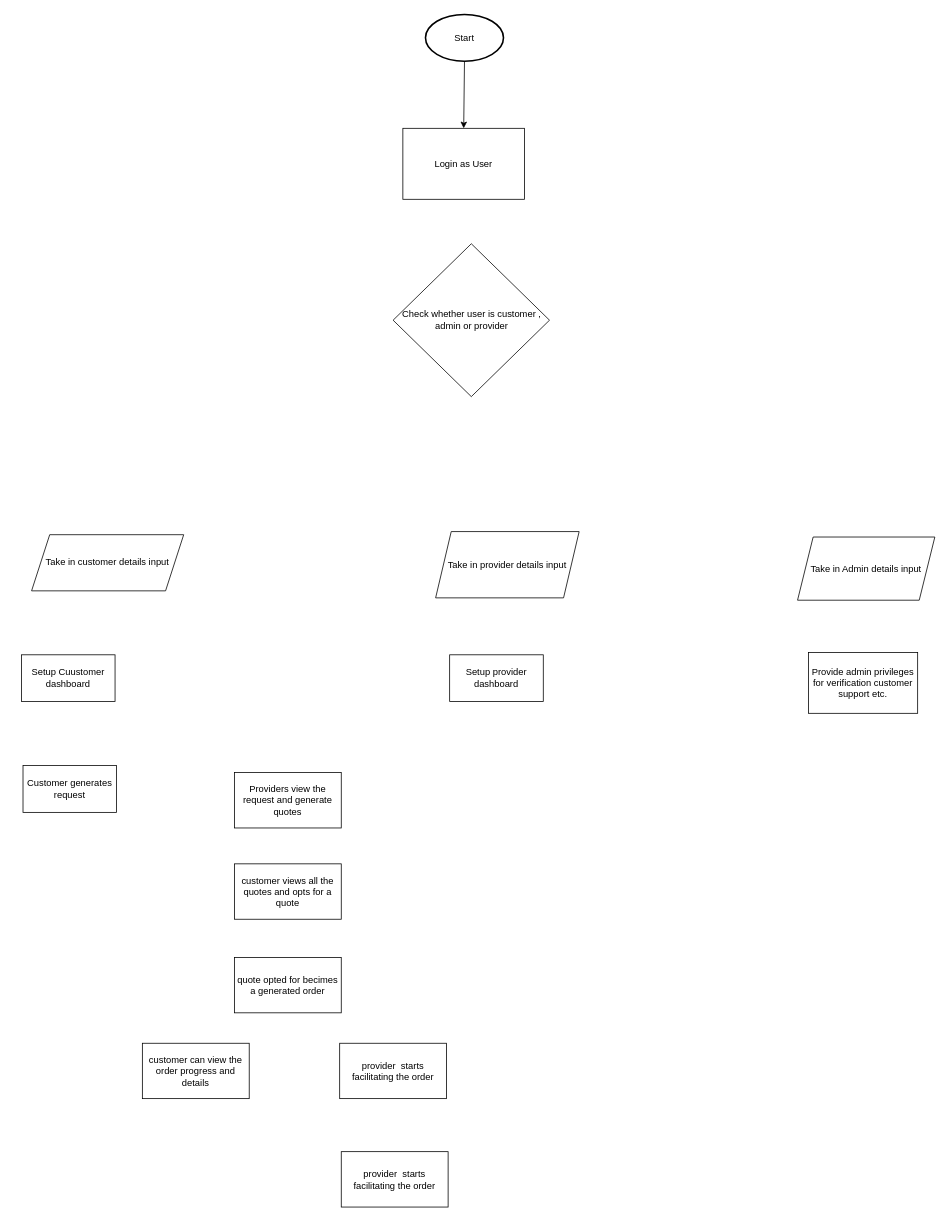
Above: go-vya flowchart.drawio in norsechurros/Diagrams (draw.io), before the change. Source tidied: cells renumbered, new cells numbered last; positions are measured from the earlier drawing's top-left corner, leaving out a move shared by most shapes. Both pictures are drawn from the tidied source at 78%, with x=0, y=0 at pixel (21, 14).
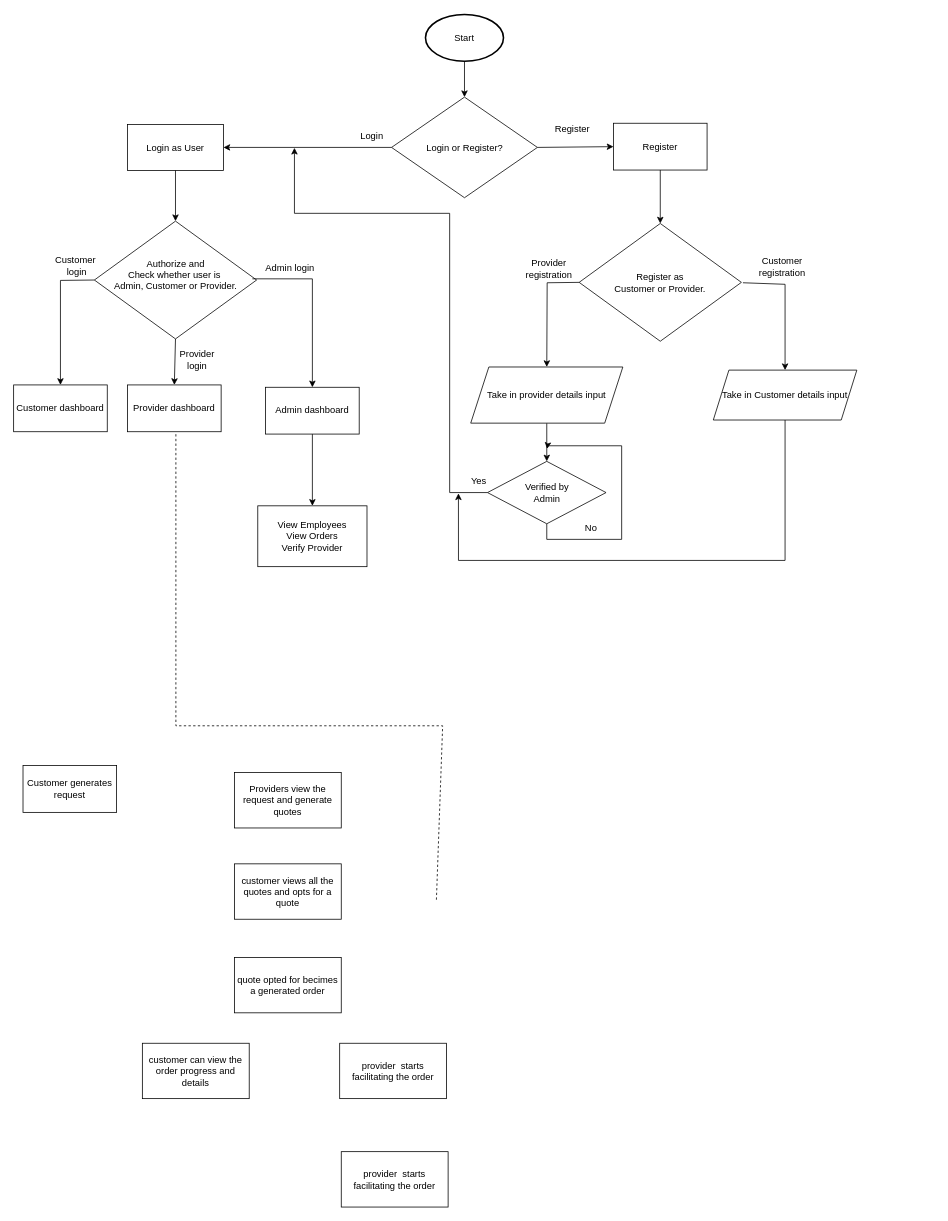
The same diagram, later.

The change refers to these unchanged cells:
```xml
<mxCell id="2" value="Start" style="strokeWidth=2;html=1;shape=mxgraph.flowchart.start_1;whiteSpace=wrap;" parent="1" vertex="1">
  <mxGeometry x="518" width="100" height="60" as="geometry" />
</mxCell>
```

Change to the diagram source:
```diff
@@
     <mxCell id="3" value="Login as User" style="rounded=0;whiteSpace=wrap;html=1;" parent="1" vertex="1">
-      <mxGeometry x="489" y="146" width="156" height="91" as="geometry" />
+      <mxGeometry x="136" y="141" width="123" height="59" as="geometry" />
     </mxCell>
-    <mxCell id="4" value="Check whether user is customer , admin or provider" style="rhombus;whiteSpace=wrap;html=1;" parent="1" vertex="1">
-      <mxGeometry x="476.5" y="294" width="200.5" height="196" as="geometry" />
+    <mxCell id="4" value="Authorize and &lt;br&gt;&lt;div&gt;Check whether user is&amp;nbsp;&lt;/div&gt;&lt;div&gt;Admin, Customer or Provider.&lt;/div&gt;&lt;div&gt;&lt;br&gt;&lt;/div&gt;" style="rhombus;whiteSpace=wrap;html=1;" parent="1" vertex="1">
+      <mxGeometry x="93.5" y="265" width="208" height="151" as="geometry" />
     </mxCell>
+    <mxCell id="19" style="edgeStyle=orthogonalEdgeStyle;rounded=0;jettySize=auto;html=1;exitX=0.5;exitY=1;exitDx=0;exitDy=0;entryX=0.5;entryY=0;entryDx=0;entryDy=0;" parent="1" edge="1" source="5" target="44">
+      <mxGeometry relative="1" as="geometry" />
+    </mxCell>
-    <mxCell id="5" value="Take in customer details input" style="shape=parallelogram;perimeter=parallelogramPerimeter;whiteSpace=wrap;html=1;fixedSize=1;size=23.235294117647072;" parent="1" vertex="1">
-      <mxGeometry x="13" y="667" width="195" height="72" as="geometry" />
+    <mxCell id="5" value="Take in provider details input" style="shape=parallelogram;perimeter=parallelogramPerimeter;whiteSpace=wrap;html=1;fixedSize=1;size=23.235294117647072;" parent="1" vertex="1">
+      <mxGeometry x="576" y="452" width="195" height="72" as="geometry" />
     </mxCell>
+    <mxCell id="20" style="edgeStyle=orthogonalEdgeStyle;rounded=0;jettySize=auto;html=1;exitX=0.5;exitY=1;exitDx=0;exitDy=0;entryX=0.25;entryY=1;entryDx=0;entryDy=0;" parent="1" edge="1" source="6" target="46">
+      <mxGeometry relative="1" as="geometry">
+        <Array as="points">
+          <mxPoint x="979" y="700" />
+          <mxPoint x="560" y="700" />
+        </Array>
+      </mxGeometry>
+    </mxCell>
-    <mxCell id="6" value="Take in provider details input" style="shape=parallelogram;perimeter=parallelogramPerimeter;whiteSpace=wrap;html=1;fixedSize=1;" parent="1" vertex="1">
-      <mxGeometry x="531" y="663" width="184" height="85" as="geometry" />
+    <mxCell id="6" value="&lt;div&gt;Take in Customer details input&lt;/div&gt;" style="shape=parallelogram;perimeter=parallelogramPerimeter;whiteSpace=wrap;html=1;fixedSize=1;" parent="1" vertex="1">
+      <mxGeometry x="887" y="456" width="184" height="64" as="geometry" />
     </mxCell>
-    <mxCell id="7" value="Take in Admin details input" style="shape=parallelogram;perimeter=parallelogramPerimeter;whiteSpace=wrap;html=1;fixedSize=1;" parent="1" vertex="1">
-      <mxGeometry x="995" y="670" width="176" height="81" as="geometry" />
-    </mxCell>
-    <mxCell id="8" value="Setup Cuustomer dashboard" style="rounded=0;whiteSpace=wrap;html=1;" parent="1" vertex="1">
-      <mxGeometry y="821" width="120" height="60" as="geometry" />
+    <mxCell id="8" value="&lt;div&gt;Customer dashboard&lt;/div&gt;" style="rounded=0;whiteSpace=wrap;html=1;" parent="1" vertex="1">
+      <mxGeometry x="-10" y="475" width="120" height="60" as="geometry" />
     </mxCell>
+    <mxCell id="21" style="edgeStyle=orthogonalEdgeStyle;rounded=0;jettySize=auto;html=1;exitX=0.5;exitY=1;exitDx=0;exitDy=0;entryX=0.5;entryY=0;entryDx=0;entryDy=0;" parent="1" edge="1" source="9" target="10">
+      <mxGeometry relative="1" as="geometry" />
+    </mxCell>
-    <mxCell id="9" value="&lt;div&gt;Setup provider dashboard&lt;/div&gt;" style="rounded=0;whiteSpace=wrap;html=1;" parent="1" vertex="1">
-      <mxGeometry x="549" y="821" width="120" height="60" as="geometry" />
+    <mxCell id="9" value="&lt;div&gt;Admin dashboard&lt;/div&gt;" style="rounded=0;whiteSpace=wrap;html=1;" parent="1" vertex="1">
+      <mxGeometry x="313" y="478" width="120" height="60" as="geometry" />
     </mxCell>
-    <mxCell id="10" value="Provide admin privileges for verification customer support etc." style="rounded=0;whiteSpace=wrap;html=1;" parent="1" vertex="1">
-      <mxGeometry x="1009" y="818" width="140" height="78" as="geometry" />
-    </mxCell>
@@
-    <mxCell id="18" style="endArrow=classic;html=1;rounded=0;exitX=0.5;exitY=1;exitDx=0;exitDy=0;exitPerimeter=0;entryX=0.5;entryY=0;entryDx=0;entryDy=0;" parent="1" edge="1" source="2" target="3">
-      <mxGeometry relative="1" as="geometry" />
-    </mxCell>
+    <mxCell id="22" value="Login or Register?" style="rhombus;whiteSpace=wrap;html=1;" parent="1" vertex="1">
+      <mxGeometry x="474.5" y="106" width="187" height="129" as="geometry" />
+    </mxCell>
+    <mxCell id="23" style="endArrow=classic;html=1;rounded=0;exitX=0.5;exitY=1;exitDx=0;exitDy=0;exitPerimeter=0;entryX=0.5;entryY=0;entryDx=0;entryDy=0;" parent="1" edge="1" source="2" target="22">
+      <mxGeometry relative="1" as="geometry" />
+    </mxCell>
+    <mxCell id="24" style="endArrow=classic;html=1;rounded=0;exitX=0;exitY=0.5;exitDx=0;exitDy=0;entryX=1;entryY=0.5;entryDx=0;entryDy=0;" parent="1" edge="1" source="22" target="3">
+      <mxGeometry relative="1" as="geometry" />
+    </mxCell>
+    <mxCell id="25" value="Register" style="rounded=0;whiteSpace=wrap;html=1;" parent="1" vertex="1">
+      <mxGeometry x="759" y="139.5" width="120" height="60" as="geometry" />
+    </mxCell>
+    <mxCell id="26" style="endArrow=classic;html=1;rounded=0;exitX=0.5;exitY=1;exitDx=0;exitDy=0;entryX=0.5;entryY=0;entryDx=0;entryDy=0;" parent="1" edge="1" source="3" target="4">
+      <mxGeometry relative="1" as="geometry" />
+    </mxCell>
+    <mxCell id="27" value="&lt;div&gt;Register as&lt;br&gt;&lt;/div&gt;&lt;div&gt;Customer or Provider.&lt;/div&gt;" style="rhombus;whiteSpace=wrap;html=1;" parent="1" vertex="1">
+      <mxGeometry x="715" y="268" width="208" height="151" as="geometry" />
+    </mxCell>
+    <mxCell id="28" style="endArrow=classic;html=1;rounded=0;entryX=0.5;entryY=0;entryDx=0;entryDy=0;exitX=0.5;exitY=1;exitDx=0;exitDy=0;" parent="1" edge="1" source="25" target="27">
+      <mxGeometry relative="1" as="geometry" />
+    </mxCell>
+    <mxCell id="29" style="endArrow=classic;html=1;rounded=0;entryX=0;entryY=0.5;entryDx=0;entryDy=0;exitX=1;exitY=0.5;exitDx=0;exitDy=0;" parent="1" edge="1" source="22" target="25">
+      <mxGeometry relative="1" as="geometry" />
+    </mxCell>
+    <mxCell id="30" style="endArrow=classic;html=1;rounded=0;exitX=0;exitY=0.5;exitDx=0;exitDy=0;entryX=0.5;entryY=0;entryDx=0;entryDy=0;" parent="1" edge="1" source="27" target="5">
+      <mxGeometry relative="1" as="geometry">
+        <Array as="points">
+          <mxPoint x="674" y="344" />
+        </Array>
+      </mxGeometry>
+    </mxCell>
+    <mxCell id="31" style="endArrow=classic;html=1;rounded=0;entryX=0.5;entryY=0;entryDx=0;entryDy=0;" parent="1" edge="1" target="6">
+      <mxGeometry relative="1" as="geometry">
+        <mxPoint x="925" y="344" as="sourcePoint" />
+        <Array as="points">
+          <mxPoint x="979" y="346" />
+        </Array>
+      </mxGeometry>
+    </mxCell>
+    <mxCell id="32" value="Provider dashboard" style="rounded=0;whiteSpace=wrap;html=1;" parent="1" vertex="1">
+      <mxGeometry x="136" y="475" width="120" height="60" as="geometry" />
+    </mxCell>
+    <mxCell id="33" style="endArrow=classic;html=1;rounded=0;exitX=0.974;exitY=0.49;exitDx=0;exitDy=0;exitPerimeter=0;entryX=0.5;entryY=0;entryDx=0;entryDy=0;" parent="1" edge="1" source="4" target="9">
+      <mxGeometry relative="1" as="geometry">
+        <Array as="points">
+          <mxPoint x="373" y="339" />
+        </Array>
+      </mxGeometry>
+    </mxCell>
+    <mxCell id="34" style="endArrow=classic;html=1;rounded=0;exitX=0.5;exitY=1;exitDx=0;exitDy=0;entryX=0.5;entryY=0;entryDx=0;entryDy=0;" parent="1" edge="1" source="4" target="32">
+      <mxGeometry relative="1" as="geometry" />
+    </mxCell>
+    <mxCell id="35" style="endArrow=classic;html=1;rounded=0;exitX=0;exitY=0.5;exitDx=0;exitDy=0;entryX=0.5;entryY=0;entryDx=0;entryDy=0;" parent="1" edge="1" source="4" target="8">
+      <mxGeometry relative="1" as="geometry">
+        <Array as="points">
+          <mxPoint x="50" y="341" />
+        </Array>
+      </mxGeometry>
+    </mxCell>
+    <mxCell id="36" value="Provider registration" style="text;html=1;align=center;verticalAlign=middle;whiteSpace=wrap;rounded=0;rotation=0;" parent="1" vertex="1">
+      <mxGeometry x="624" y="311" width="105" height="30" as="geometry" />
+    </mxCell>
+    <mxCell id="37" value="&lt;div&gt;Customer&lt;/div&gt;&lt;div&gt;registration&lt;/div&gt;" style="text;html=1;align=center;verticalAlign=middle;whiteSpace=wrap;rounded=0;" parent="1" vertex="1">
+      <mxGeometry x="923" y="309" width="105" height="30" as="geometry" />
+    </mxCell>
+    <mxCell id="38" value="Admin login" style="text;html=1;align=center;verticalAlign=middle;whiteSpace=wrap;rounded=0;" parent="1" vertex="1">
+      <mxGeometry x="292" y="311" width="105" height="30" as="geometry" />
+    </mxCell>
+    <mxCell id="39" value="&lt;div&gt;Provider&lt;/div&gt;&lt;div&gt;login&lt;/div&gt;" style="text;html=1;align=center;verticalAlign=middle;whiteSpace=wrap;rounded=0;" parent="1" vertex="1">
+      <mxGeometry x="173" y="428" width="105" height="30" as="geometry" />
+    </mxCell>
+    <mxCell id="40" value="&lt;div&gt;Customer&lt;/div&gt;&lt;div&gt;&amp;nbsp;login&lt;/div&gt;" style="text;html=1;align=center;verticalAlign=middle;whiteSpace=wrap;rounded=0;" parent="1" vertex="1">
+      <mxGeometry x="17" y="307" width="105" height="30" as="geometry" />
+    </mxCell>
+    <mxCell id="41" value="Register" style="text;html=1;align=center;verticalAlign=middle;whiteSpace=wrap;rounded=0;" parent="1" vertex="1">
+      <mxGeometry x="654" y="132" width="105" height="30" as="geometry" />
+    </mxCell>
+    <mxCell id="42" style="edgeStyle=orthogonalEdgeStyle;rounded=0;jettySize=auto;html=1;exitX=0.5;exitY=1;exitDx=0;exitDy=0;" parent="1" edge="1" source="44">
+      <mxGeometry relative="1" as="geometry">
+        <mxPoint x="674" y="557" as="targetPoint" />
+      </mxGeometry>
+    </mxCell>
+    <mxCell id="43" style="edgeStyle=orthogonalEdgeStyle;rounded=0;jettySize=auto;html=1;exitX=0;exitY=0.5;exitDx=0;exitDy=0;" parent="1" edge="1" source="44">
+      <mxGeometry relative="1" as="geometry">
+        <mxPoint x="350" y="171" as="targetPoint" />
+        <Array as="points">
+          <mxPoint x="549" y="613" />
+          <mxPoint x="549" y="255" />
+          <mxPoint x="350" y="255" />
+        </Array>
+      </mxGeometry>
+    </mxCell>
+    <mxCell id="44" value="&lt;div&gt;Verified by&lt;/div&gt;&lt;div&gt;Admin&lt;br&gt;&lt;/div&gt;" style="rhombus;whiteSpace=wrap;html=1;" parent="1" vertex="1">
+      <mxGeometry x="597.5" y="573" width="152" height="80" as="geometry" />
+    </mxCell>
+    <mxCell id="45" value="Login" style="text;html=1;align=center;verticalAlign=middle;whiteSpace=wrap;rounded=0;" parent="1" vertex="1">
+      <mxGeometry x="397" y="141" width="105" height="30" as="geometry" />
+    </mxCell>
+    <mxCell id="46" value="Yes" style="text;html=1;align=center;verticalAlign=middle;whiteSpace=wrap;rounded=0;" parent="1" vertex="1">
+      <mxGeometry x="534" y="584" width="105" height="30" as="geometry" />
+    </mxCell>
+    <mxCell id="47" value="&lt;div&gt;No&lt;/div&gt;" style="text;html=1;align=center;verticalAlign=middle;whiteSpace=wrap;rounded=0;" parent="1" vertex="1">
+      <mxGeometry x="678" y="644" width="105" height="30" as="geometry" />
+    </mxCell>
+    <mxCell id="48" style="endArrow=none;dashed=1;html=1;rounded=0;" parent="1" edge="1">
+      <mxGeometry relative="1" as="geometry">
+        <mxPoint x="532" y="1135" as="sourcePoint" />
+        <mxPoint x="198" y="538" as="targetPoint" />
+        <Array as="points">
+          <mxPoint x="540" y="912" />
+          <mxPoint x="198" y="912" />
+        </Array>
+      </mxGeometry>
+    </mxCell>
+    <mxCell id="10" value="&lt;div&gt;View Employees&lt;/div&gt;&lt;div&gt;View Orders&lt;/div&gt;&lt;div&gt;Verify Provider&lt;br&gt;&lt;/div&gt;" style="rounded=0;whiteSpace=wrap;html=1;" parent="1" vertex="1">
+      <mxGeometry x="303" y="630" width="140" height="78" as="geometry" />
+    </mxCell>
```
